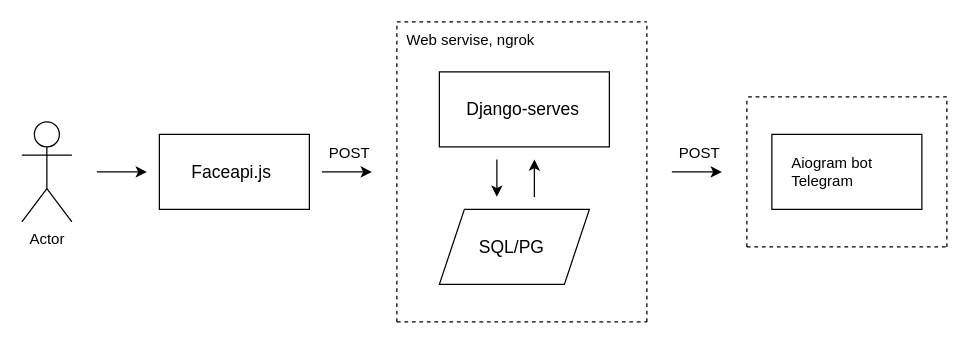
The draw.io diagram Диаграмма без названия.drawio in gandalf9857285/gandalf9857285, before the edit. Source tidied: cells renumbered, new cells numbered last; positions are measured from the earlier drawing's top-left corner, leaving out a move shared by most shapes. Both pictures are drawn from the tidied source at 125%, with x=0, y=0 at pixel (21, 21).
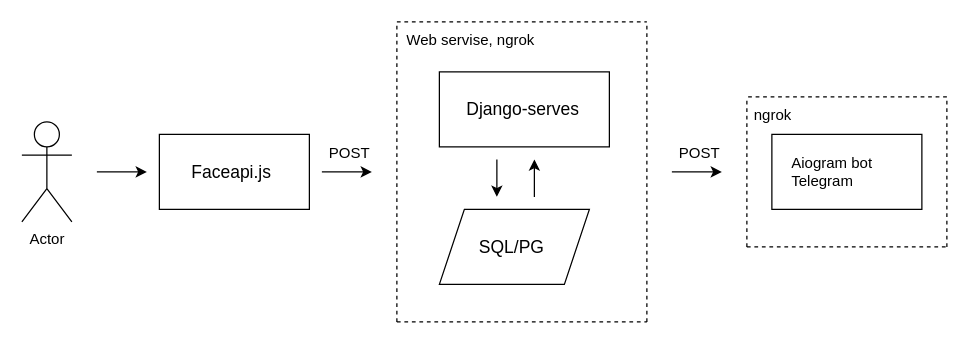
Above is the later version.

Diff of the diagram source:
```diff
@@
+    <mxCell id="27" value="ngrok" style="text;strokeColor=none;fillColor=none;align=left;verticalAlign=middle;spacingLeft=4;spacingRight=4;overflow=hidden;whiteSpace=wrap;html=1;" parent="1" vertex="1">
+      <mxGeometry x="580" y="60" width="80" height="30" as="geometry" />
+    </mxCell>
```
